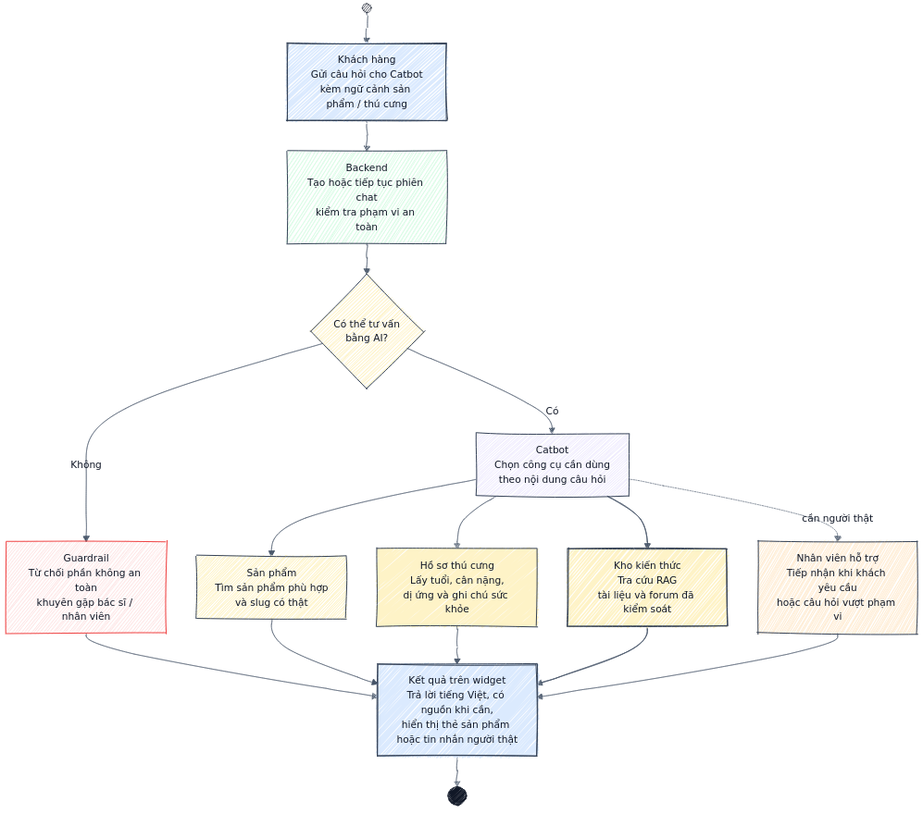
This is BCDA/Hinhve/chuong2_activity_catbot.png from quangliz/Petshop, a Mermaid export, as it was before one commit. Its source is kept beside it as BCDA/Hinhve/source/chuong2_activity_catbot.mmd. Source of this version:
```mermaid
%%{init: {"theme": "base", "themeVariables": {"fontFamily": "DejaVu Sans, Arial", "primaryTextColor": "#111827", "lineColor": "#475569"}}}%%
flowchart TD
    start(( ))
    customer["Khách hàng<br/>Gửi câu hỏi cho Catbot<br/>kèm ngữ cảnh sản phẩm / thú cưng"]
    backend["Backend<br/>Tạo hoặc tiếp tục phiên chat<br/>kiểm tra phạm vi an toàn"]
    canAdvise{"Có thể tư vấn<br/>bằng AI?"}
    guard["Guardrail<br/>Từ chối phần không an toàn<br/>khuyên gặp bác sĩ / nhân viên"]
    catbot["Catbot<br/>Chọn công cụ cần dùng<br/>theo nội dung câu hỏi"]
    products["Sản phẩm<br/>Tìm sản phẩm phù hợp<br/>và slug có thật"]
    pets["Hồ sơ thú cưng<br/>Lấy tuổi, cân nặng,<br/>dị ứng và ghi chú sức khỏe"]
    knowledge["Kho kiến thức<br/>Tra cứu RAG<br/>tài liệu và forum đã kiểm soát"]
    support["Nhân viên hỗ trợ<br/>Tiếp nhận khi khách yêu cầu<br/>hoặc câu hỏi vượt phạm vi"]
    result["Kết quả trên widget<br/>Trả lời tiếng Việt, có nguồn khi cần,<br/>hiển thị thẻ sản phẩm hoặc tin nhắn người thật"]
    stop((( )))

    start --> customer --> backend --> canAdvise
    canAdvise -- "Không" --> guard --> result
    canAdvise -- "Có" --> catbot
    catbot --> products --> result
    catbot --> pets --> result
    catbot --> knowledge --> result
    catbot -. "cần người thật" .-> support --> result
    result --> stop

    classDef actor fill:#dbeafe,stroke:#334155,stroke-width:1.5px,color:#111827;
    classDef backend fill:#dcfce7,stroke:#334155,stroke-width:1.5px,color:#111827;
    classDef ai fill:#ede9fe,stroke:#334155,stroke-width:1.5px,color:#111827;
    classDef knowledge fill:#fef3c7,stroke:#334155,stroke-width:1.5px,color:#111827;
    classDef support fill:#ffedd5,stroke:#334155,stroke-width:1.5px,color:#111827;
    classDef guard fill:#fee2e2,stroke:#ef4444,stroke-width:1.6px,color:#111827;
    classDef terminal fill:#111827,stroke:#111827,color:#111827;

    class customer,result actor;
    class backend backend;
    class catbot ai;
    class products,pets,knowledge,canAdvise knowledge;
    class support support;
    class guard guard;
    class start,stop terminal;
```
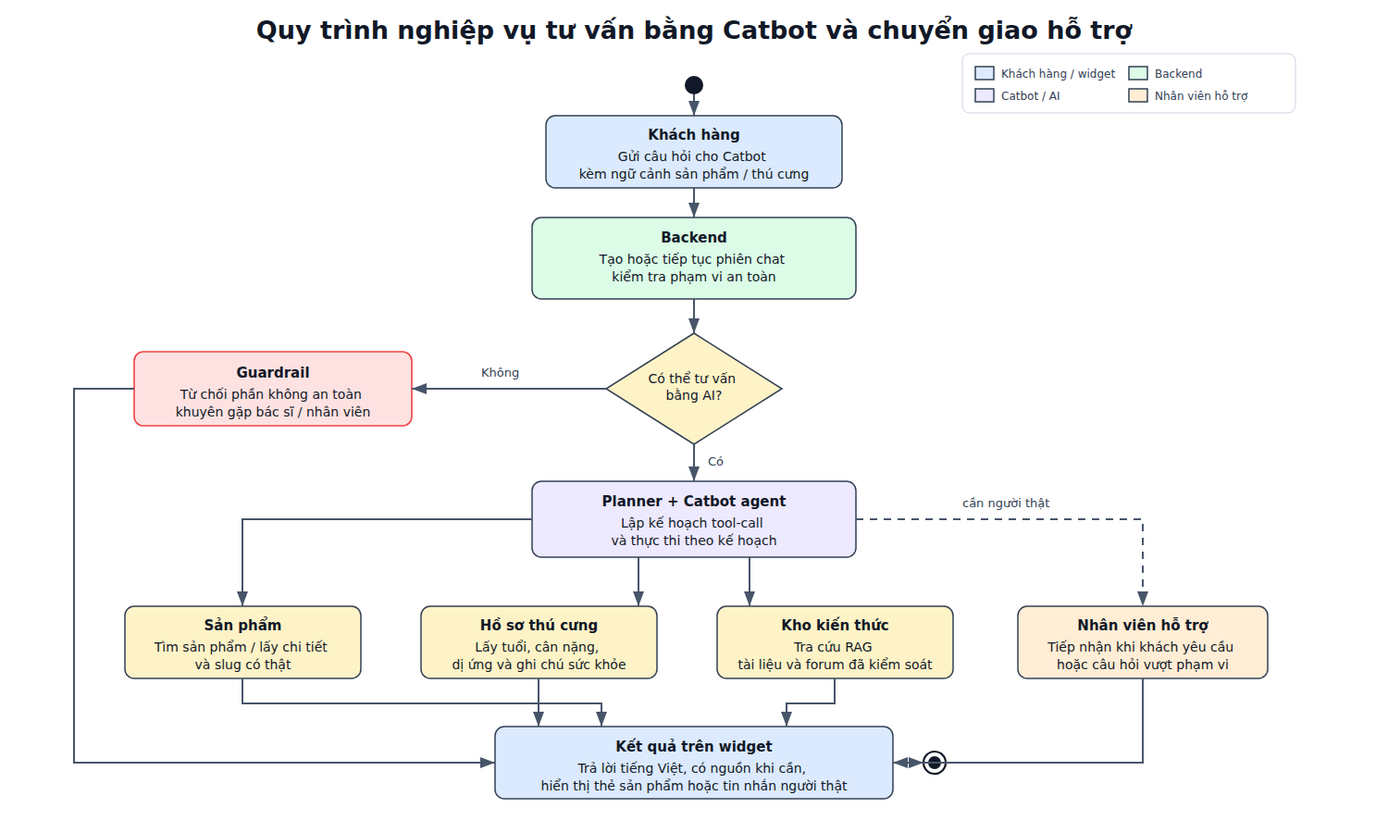
The same diagram one commit later.

What changed in the source:
```diff
@@ -5,8 +5,9 @@
     backend["Backend<br/>Tạo hoặc tiếp tục phiên chat<br/>kiểm tra phạm vi an toàn"]
     canAdvise{"Có thể tư vấn<br/>bằng AI?"}
     guard["Guardrail<br/>Từ chối phần không an toàn<br/>khuyên gặp bác sĩ / nhân viên"]
-    catbot["Catbot<br/>Chọn công cụ cần dùng<br/>theo nội dung câu hỏi"]
-    products["Sản phẩm<br/>Tìm sản phẩm phù hợp<br/>và slug có thật"]
+    planner["Planner LLM<br/>Lập kế hoạch tool-call<br/>ToolRoutingPlan có cấu trúc"]
+    agent["Catbot agent<br/>Thực thi kế hoạch<br/>và tổng hợp trả lời"]
+    products["Sản phẩm<br/>Tìm sản phẩm / lấy chi tiết<br/>và slug có thật"]
     pets["Hồ sơ thú cưng<br/>Lấy tuổi, cân nặng,<br/>dị ứng và ghi chú sức khỏe"]
     knowledge["Kho kiến thức<br/>Tra cứu RAG<br/>tài liệu và forum đã kiểm soát"]
     support["Nhân viên hỗ trợ<br/>Tiếp nhận khi khách yêu cầu<br/>hoặc câu hỏi vượt phạm vi"]
@@ -15,11 +16,11 @@
 
     start --> customer --> backend --> canAdvise
     canAdvise -- "Không" --> guard --> result
-    canAdvise -- "Có" --> catbot
-    catbot --> products --> result
-    catbot --> pets --> result
-    catbot --> knowledge --> result
-    catbot -. "cần người thật" .-> support --> result
+    canAdvise -- "Có" --> planner --> agent
+    agent --> products --> result
+    agent --> pets --> result
+    agent --> knowledge --> result
+    agent -. "cần người thật" .-> support --> result
     result --> stop
 
     classDef actor fill:#dbeafe,stroke:#334155,stroke-width:1.5px,color:#111827;
@@ -32,7 +33,7 @@
 
     class customer,result actor;
     class backend backend;
-    class catbot ai;
+    class planner,agent ai;
     class products,pets,knowledge,canAdvise knowledge;
     class support support;
     class guard guard;
```
